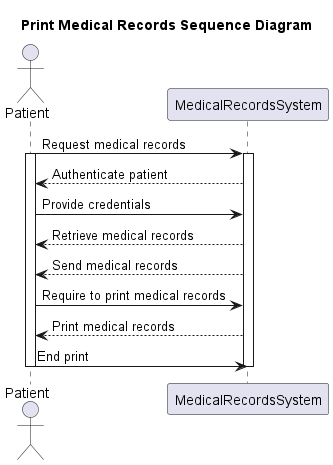
Before: Lab1.2/Sequence diagram/Print medical records_seq.png, a diagram exported from PlantUML (baonehe/SE357-Pratice-class). Its diagram source:
```plantuml
@startuml
title Print Medical Records Sequence Diagram

Actor Patient
participant MedicalRecordsSystem

Patient -> MedicalRecordsSystem : Request medical records
activate Patient
activate MedicalRecordsSystem

MedicalRecordsSystem --> Patient : Authenticate patient
Patient -> MedicalRecordsSystem : Provide credentials


MedicalRecordsSystem --> Patient : Retrieve medical records
MedicalRecordsSystem --> Patient : Send medical records


Patient -> MedicalRecordsSystem : Require to print medical records
MedicalRecordsSystem --> Patient : Print medical records
Patient -> MedicalRecordsSystem : End print

deactivate Patient
deactivate MedicalRecordsSystem
@enduml
```
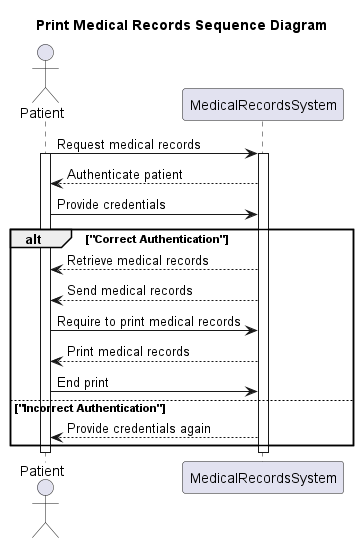
Above is the later version.

Change to the diagram source:
```diff
@@ -11,15 +11,15 @@
 MedicalRecordsSystem --> Patient : Authenticate patient
 Patient -> MedicalRecordsSystem : Provide credentials
 
-
+alt "Correct Authentication"
 MedicalRecordsSystem --> Patient : Retrieve medical records
 MedicalRecordsSystem --> Patient : Send medical records
-
-
 Patient -> MedicalRecordsSystem : Require to print medical records
 MedicalRecordsSystem --> Patient : Print medical records
 Patient -> MedicalRecordsSystem : End print
-
+else "Incorrect Authentication"
+MedicalRecordsSystem --> Patient : Provide credentials again
+end
 deactivate Patient
 deactivate MedicalRecordsSystem
 @enduml
```
